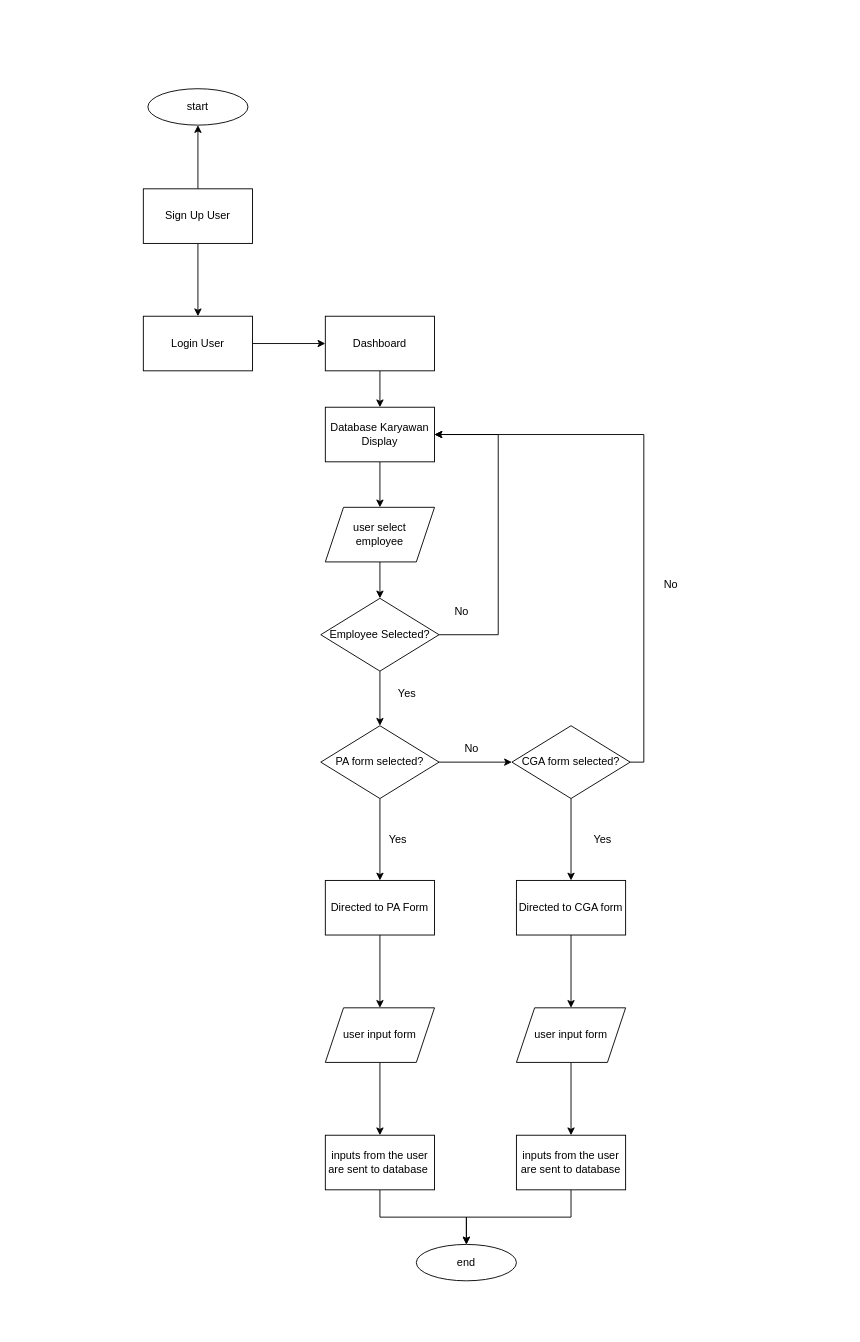
Earlier version of the draw.io diagram sistem-diagram.drawio (jezreelkosasih/diagram). Source tidied: cells renumbered, new cells numbered last; positions are measured from the earlier drawing's top-left corner, leaving out a move shared by most shapes. Both pictures are drawn from the tidied source at 91%, with x=0, y=0 at pixel (143, 88).
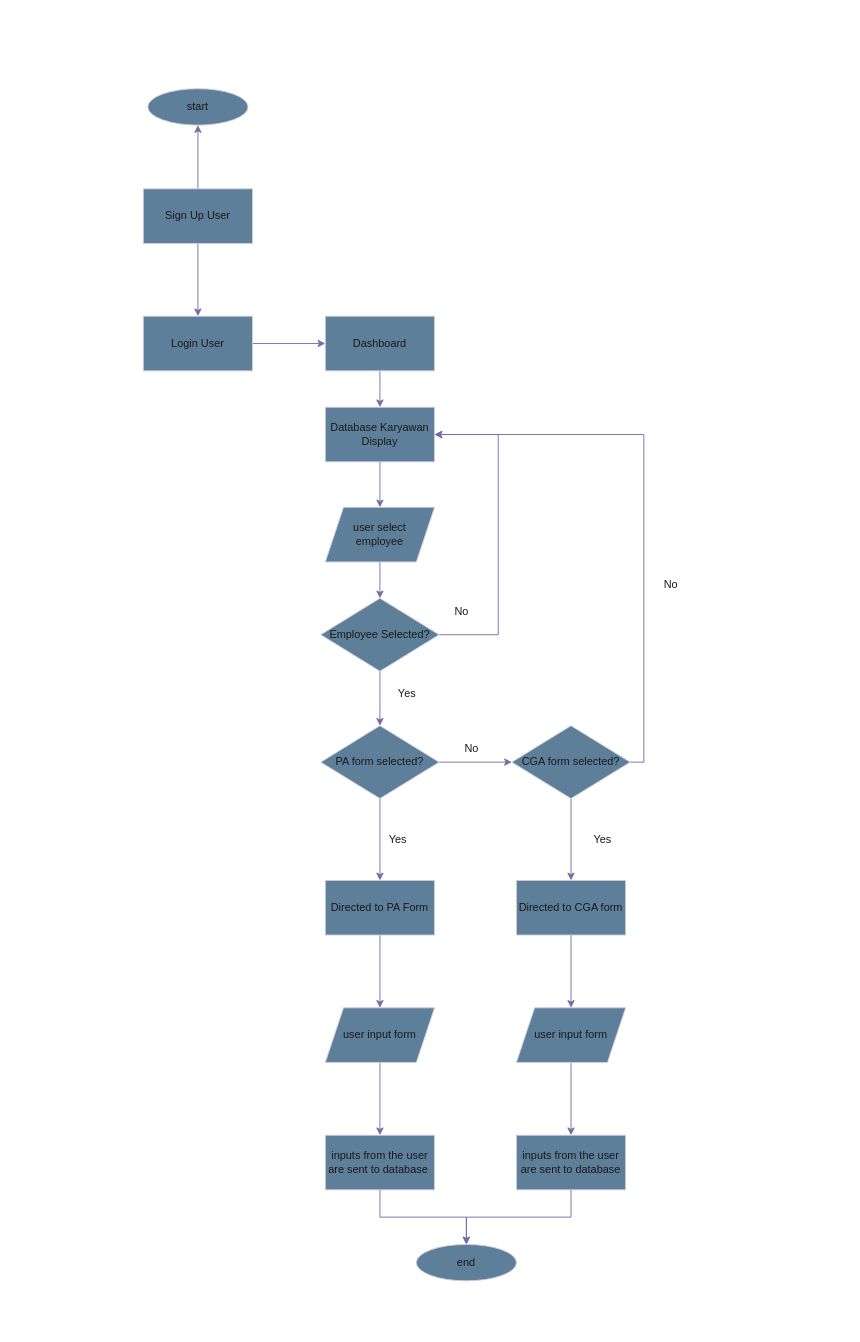
The same page after the edit.

The edit, as a diff of the source:
```diff
@@
-    <mxCell id="2" style="edgeStyle=orthogonalEdgeStyle;rounded=0;jettySize=auto;html=1;" parent="1" edge="1" source="4" target="6">
+    <mxCell id="2" style="edgeStyle=orthogonalEdgeStyle;rounded=0;jettySize=auto;html=1;labelBackgroundColor=none;strokeColor=#736CA8;fontColor=default;" parent="1" edge="1" source="4" target="6">
       <mxGeometry relative="1" as="geometry" />
     </mxCell>
-    <mxCell id="3" style="edgeStyle=orthogonalEdgeStyle;rounded=0;jettySize=auto;html=1;" parent="1" edge="1" source="4" target="32">
+    <mxCell id="3" style="edgeStyle=orthogonalEdgeStyle;rounded=0;jettySize=auto;html=1;labelBackgroundColor=none;strokeColor=#736CA8;fontColor=default;" parent="1" edge="1" source="4" target="32">
       <mxGeometry relative="1" as="geometry" />
     </mxCell>
-    <mxCell id="4" value="Sign Up User" style="rounded=0;whiteSpace=wrap;html=1;" parent="1" vertex="1">
+    <mxCell id="4" value="Sign Up User" style="rounded=0;whiteSpace=wrap;html=1;labelBackgroundColor=none;fillColor=#5D7F99;strokeColor=#D0CEE2;fontColor=#1A1A1A;" parent="1" vertex="1">
       <mxGeometry y="110" width="120" height="60" as="geometry" />
     </mxCell>
-    <mxCell id="5" style="edgeStyle=orthogonalEdgeStyle;rounded=0;jettySize=auto;html=1;" parent="1" edge="1" source="6" target="8">
+    <mxCell id="5" style="edgeStyle=orthogonalEdgeStyle;rounded=0;jettySize=auto;html=1;labelBackgroundColor=none;strokeColor=#736CA8;fontColor=default;" parent="1" edge="1" source="6" target="8">
       <mxGeometry relative="1" as="geometry" />
     </mxCell>
-    <mxCell id="6" value="Login User" style="rounded=0;whiteSpace=wrap;html=1;" parent="1" vertex="1">
+    <mxCell id="6" value="Login User" style="rounded=0;whiteSpace=wrap;html=1;labelBackgroundColor=none;fillColor=#5D7F99;strokeColor=#D0CEE2;fontColor=#1A1A1A;" parent="1" vertex="1">
       <mxGeometry y="250" width="120" height="60" as="geometry" />
     </mxCell>
-    <mxCell id="7" style="edgeStyle=orthogonalEdgeStyle;rounded=0;jettySize=auto;html=1;" parent="1" edge="1" source="8" target="10">
+    <mxCell id="7" style="edgeStyle=orthogonalEdgeStyle;rounded=0;jettySize=auto;html=1;labelBackgroundColor=none;strokeColor=#736CA8;fontColor=default;" parent="1" edge="1" source="8" target="10">
       <mxGeometry relative="1" as="geometry" />
     </mxCell>
-    <mxCell id="8" value="Dashboard" style="rounded=0;whiteSpace=wrap;html=1;" parent="1" vertex="1">
+    <mxCell id="8" value="Dashboard" style="rounded=0;whiteSpace=wrap;html=1;labelBackgroundColor=none;fillColor=#5D7F99;strokeColor=#D0CEE2;fontColor=#1A1A1A;" parent="1" vertex="1">
       <mxGeometry x="200" y="250" width="120" height="60" as="geometry" />
     </mxCell>
-    <mxCell id="9" style="edgeStyle=orthogonalEdgeStyle;rounded=0;jettySize=auto;html=1;" parent="1" edge="1" source="10" target="35">
+    <mxCell id="9" style="edgeStyle=orthogonalEdgeStyle;rounded=0;jettySize=auto;html=1;labelBackgroundColor=none;strokeColor=#736CA8;fontColor=default;" parent="1" edge="1" source="10" target="35">
       <mxGeometry relative="1" as="geometry" />
     </mxCell>
-    <mxCell id="10" value="Database Karyawan Display" style="rounded=0;whiteSpace=wrap;html=1;" parent="1" vertex="1">
+    <mxCell id="10" value="Database Karyawan Display" style="rounded=0;whiteSpace=wrap;html=1;labelBackgroundColor=none;fillColor=#5D7F99;strokeColor=#D0CEE2;fontColor=#1A1A1A;" parent="1" vertex="1">
       <mxGeometry x="200" y="350" width="120" height="60" as="geometry" />
     </mxCell>
-    <mxCell id="11" style="edgeStyle=orthogonalEdgeStyle;rounded=0;jettySize=auto;html=1;" parent="1" edge="1" source="13" target="16">
+    <mxCell id="11" style="edgeStyle=orthogonalEdgeStyle;rounded=0;jettySize=auto;html=1;labelBackgroundColor=none;strokeColor=#736CA8;fontColor=default;" parent="1" edge="1" source="13" target="16">
       <mxGeometry relative="1" as="geometry" />
     </mxCell>
-    <mxCell id="12" style="edgeStyle=orthogonalEdgeStyle;rounded=0;jettySize=auto;html=1;entryX=1;entryY=0.5;entryDx=0;entryDy=0;" parent="1" edge="1" source="13" target="10">
+    <mxCell id="12" style="edgeStyle=orthogonalEdgeStyle;rounded=0;jettySize=auto;html=1;entryX=1;entryY=0.5;entryDx=0;entryDy=0;labelBackgroundColor=none;strokeColor=#736CA8;fontColor=default;" parent="1" edge="1" source="13" target="10">
       <mxGeometry relative="1" as="geometry">
         <Array as="points">
           <mxPoint x="390" y="600" />
           <mxPoint x="390" y="380" />
         </Array>
       </mxGeometry>
     </mxCell>
-    <mxCell id="13" value="Employee Selected?" style="rhombus;whiteSpace=wrap;html=1;rounded=0;" parent="1" vertex="1">
+    <mxCell id="13" value="Employee Selected?" style="rhombus;whiteSpace=wrap;html=1;rounded=0;labelBackgroundColor=none;fillColor=#5D7F99;strokeColor=#D0CEE2;fontColor=#1A1A1A;" parent="1" vertex="1">
       <mxGeometry x="195" y="560" width="130" height="80" as="geometry" />
     </mxCell>
-    <mxCell id="14" style="edgeStyle=orthogonalEdgeStyle;rounded=0;jettySize=auto;html=1;" parent="1" edge="1" source="16" target="19">
+    <mxCell id="14" style="edgeStyle=orthogonalEdgeStyle;rounded=0;jettySize=auto;html=1;labelBackgroundColor=none;strokeColor=#736CA8;fontColor=default;" parent="1" edge="1" source="16" target="19">
       <mxGeometry relative="1" as="geometry" />
     </mxCell>
-    <mxCell id="15" style="edgeStyle=orthogonalEdgeStyle;rounded=0;jettySize=auto;html=1;" parent="1" edge="1" source="16" target="21">
+    <mxCell id="15" style="edgeStyle=orthogonalEdgeStyle;rounded=0;jettySize=auto;html=1;labelBackgroundColor=none;strokeColor=#736CA8;fontColor=default;" parent="1" edge="1" source="16" target="21">
       <mxGeometry relative="1" as="geometry" />
     </mxCell>
-    <mxCell id="16" value="PA form selected?" style="rhombus;whiteSpace=wrap;html=1;rounded=0;" parent="1" vertex="1">
+    <mxCell id="16" value="PA form selected?" style="rhombus;whiteSpace=wrap;html=1;rounded=0;labelBackgroundColor=none;fillColor=#5D7F99;strokeColor=#D0CEE2;fontColor=#1A1A1A;" parent="1" vertex="1">
       <mxGeometry x="195" y="700" width="130" height="80" as="geometry" />
     </mxCell>
-    <mxCell id="17" style="edgeStyle=orthogonalEdgeStyle;rounded=0;jettySize=auto;html=1;" parent="1" edge="1" source="19" target="23">
+    <mxCell id="17" style="edgeStyle=orthogonalEdgeStyle;rounded=0;jettySize=auto;html=1;labelBackgroundColor=none;strokeColor=#736CA8;fontColor=default;" parent="1" edge="1" source="19" target="23">
       <mxGeometry relative="1" as="geometry" />
     </mxCell>
-    <mxCell id="18" style="edgeStyle=orthogonalEdgeStyle;rounded=0;jettySize=auto;html=1;entryX=1;entryY=0.5;entryDx=0;entryDy=0;" parent="1" edge="1" source="19" target="10">
+    <mxCell id="18" style="edgeStyle=orthogonalEdgeStyle;rounded=0;jettySize=auto;html=1;entryX=1;entryY=0.5;entryDx=0;entryDy=0;labelBackgroundColor=none;strokeColor=#736CA8;fontColor=default;" parent="1" edge="1" source="19" target="10">
       <mxGeometry relative="1" as="geometry">
         <Array as="points">
           <mxPoint x="550" y="740" />
           <mxPoint x="550" y="380" />
         </Array>
       </mxGeometry>
     </mxCell>
-    <mxCell id="19" value="CGA form selected?" style="rhombus;whiteSpace=wrap;html=1;rounded=0;" parent="1" vertex="1">
+    <mxCell id="19" value="CGA form selected?" style="rhombus;whiteSpace=wrap;html=1;rounded=0;labelBackgroundColor=none;fillColor=#5D7F99;strokeColor=#D0CEE2;fontColor=#1A1A1A;" parent="1" vertex="1">
       <mxGeometry x="405" y="700" width="130" height="80" as="geometry" />
     </mxCell>
-    <mxCell id="20" style="edgeStyle=orthogonalEdgeStyle;rounded=0;jettySize=auto;html=1;" parent="1" edge="1" source="21" target="25">
+    <mxCell id="20" style="edgeStyle=orthogonalEdgeStyle;rounded=0;jettySize=auto;html=1;labelBackgroundColor=none;strokeColor=#736CA8;fontColor=default;" parent="1" edge="1" source="21" target="25">
       <mxGeometry relative="1" as="geometry" />
     </mxCell>
-    <mxCell id="21" value="Directed to PA Form" style="whiteSpace=wrap;html=1;rounded=0;" parent="1" vertex="1">
+    <mxCell id="21" value="Directed to PA Form" style="whiteSpace=wrap;html=1;rounded=0;labelBackgroundColor=none;fillColor=#5D7F99;strokeColor=#D0CEE2;fontColor=#1A1A1A;" parent="1" vertex="1">
       <mxGeometry x="200" y="870" width="120" height="60" as="geometry" />
     </mxCell>
-    <mxCell id="22" style="edgeStyle=orthogonalEdgeStyle;rounded=0;jettySize=auto;html=1;" parent="1" edge="1" source="23" target="27">
+    <mxCell id="22" style="edgeStyle=orthogonalEdgeStyle;rounded=0;jettySize=auto;html=1;labelBackgroundColor=none;strokeColor=#736CA8;fontColor=default;" parent="1" edge="1" source="23" target="27">
       <mxGeometry relative="1" as="geometry" />
     </mxCell>
-    <mxCell id="23" value="Directed to CGA form" style="whiteSpace=wrap;html=1;rounded=0;" parent="1" vertex="1">
+    <mxCell id="23" value="Directed to CGA form" style="whiteSpace=wrap;html=1;rounded=0;labelBackgroundColor=none;fillColor=#5D7F99;strokeColor=#D0CEE2;fontColor=#1A1A1A;" parent="1" vertex="1">
       <mxGeometry x="410" y="870" width="120" height="60" as="geometry" />
     </mxCell>
-    <mxCell id="24" style="edgeStyle=orthogonalEdgeStyle;rounded=0;jettySize=auto;html=1;" parent="1" edge="1" source="25" target="29">
+    <mxCell id="24" style="edgeStyle=orthogonalEdgeStyle;rounded=0;jettySize=auto;html=1;labelBackgroundColor=none;strokeColor=#736CA8;fontColor=default;" parent="1" edge="1" source="25" target="29">
       <mxGeometry relative="1" as="geometry" />
     </mxCell>
-    <mxCell id="25" value="user input form" style="shape=parallelogram;perimeter=parallelogramPerimeter;whiteSpace=wrap;html=1;fixedSize=1;rounded=0;" parent="1" vertex="1">
+    <mxCell id="25" value="user input form" style="shape=parallelogram;perimeter=parallelogramPerimeter;whiteSpace=wrap;html=1;fixedSize=1;rounded=0;labelBackgroundColor=none;fillColor=#5D7F99;strokeColor=#D0CEE2;fontColor=#1A1A1A;" parent="1" vertex="1">
       <mxGeometry x="200" y="1010" width="120" height="60" as="geometry" />
     </mxCell>
-    <mxCell id="26" style="edgeStyle=orthogonalEdgeStyle;rounded=0;jettySize=auto;html=1;" parent="1" edge="1" source="27" target="31">
+    <mxCell id="26" style="edgeStyle=orthogonalEdgeStyle;rounded=0;jettySize=auto;html=1;labelBackgroundColor=none;strokeColor=#736CA8;fontColor=default;" parent="1" edge="1" source="27" target="31">
       <mxGeometry relative="1" as="geometry" />
     </mxCell>
-    <mxCell id="27" value="user input form" style="shape=parallelogram;perimeter=parallelogramPerimeter;whiteSpace=wrap;html=1;fixedSize=1;rounded=0;" parent="1" vertex="1">
+    <mxCell id="27" value="user input form" style="shape=parallelogram;perimeter=parallelogramPerimeter;whiteSpace=wrap;html=1;fixedSize=1;rounded=0;labelBackgroundColor=none;fillColor=#5D7F99;strokeColor=#D0CEE2;fontColor=#1A1A1A;" parent="1" vertex="1">
       <mxGeometry x="410" y="1010" width="120" height="60" as="geometry" />
     </mxCell>
-    <mxCell id="28" style="edgeStyle=orthogonalEdgeStyle;rounded=0;jettySize=auto;html=1;" parent="1" edge="1" source="29" target="33">
+    <mxCell id="28" style="edgeStyle=orthogonalEdgeStyle;rounded=0;jettySize=auto;html=1;labelBackgroundColor=none;strokeColor=#736CA8;fontColor=default;" parent="1" edge="1" source="29" target="33">
       <mxGeometry relative="1" as="geometry" />
     </mxCell>
-    <mxCell id="29" value="inputs from the user are sent to database&amp;nbsp;" style="whiteSpace=wrap;html=1;rounded=0;" parent="1" vertex="1">
+    <mxCell id="29" value="inputs from the user are sent to database&amp;nbsp;" style="whiteSpace=wrap;html=1;rounded=0;labelBackgroundColor=none;fillColor=#5D7F99;strokeColor=#D0CEE2;fontColor=#1A1A1A;" parent="1" vertex="1">
       <mxGeometry x="200" y="1150" width="120" height="60" as="geometry" />
     </mxCell>
-    <mxCell id="30" style="edgeStyle=orthogonalEdgeStyle;rounded=0;jettySize=auto;html=1;entryX=0.5;entryY=0;entryDx=0;entryDy=0;" parent="1" edge="1" source="31" target="33">
+    <mxCell id="30" style="edgeStyle=orthogonalEdgeStyle;rounded=0;jettySize=auto;html=1;entryX=0.5;entryY=0;entryDx=0;entryDy=0;labelBackgroundColor=none;strokeColor=#736CA8;fontColor=default;" parent="1" edge="1" source="31" target="33">
       <mxGeometry relative="1" as="geometry" />
     </mxCell>
-    <mxCell id="31" value="inputs from the user are sent to database" style="whiteSpace=wrap;html=1;rounded=0;" parent="1" vertex="1">
+    <mxCell id="31" value="inputs from the user are sent to database" style="whiteSpace=wrap;html=1;rounded=0;labelBackgroundColor=none;fillColor=#5D7F99;strokeColor=#D0CEE2;fontColor=#1A1A1A;" parent="1" vertex="1">
       <mxGeometry x="410" y="1150" width="120" height="60" as="geometry" />
     </mxCell>
-    <mxCell id="32" value="start" style="ellipse;whiteSpace=wrap;html=1;rounded=0;" parent="1" vertex="1">
+    <mxCell id="32" value="start" style="ellipse;whiteSpace=wrap;html=1;rounded=0;labelBackgroundColor=none;fillColor=#5D7F99;strokeColor=#D0CEE2;fontColor=#1A1A1A;" parent="1" vertex="1">
       <mxGeometry x="5" width="110" height="40" as="geometry" />
     </mxCell>
-    <mxCell id="33" value="end" style="ellipse;whiteSpace=wrap;html=1;rounded=0;" parent="1" vertex="1">
+    <mxCell id="33" value="end" style="ellipse;whiteSpace=wrap;html=1;rounded=0;labelBackgroundColor=none;fillColor=#5D7F99;strokeColor=#D0CEE2;fontColor=#1A1A1A;" parent="1" vertex="1">
       <mxGeometry x="300" y="1270" width="110" height="40" as="geometry" />
     </mxCell>
-    <mxCell id="34" style="edgeStyle=orthogonalEdgeStyle;rounded=0;jettySize=auto;html=1;" parent="1" edge="1" source="35" target="13">
+    <mxCell id="34" style="edgeStyle=orthogonalEdgeStyle;rounded=0;jettySize=auto;html=1;labelBackgroundColor=none;strokeColor=#736CA8;fontColor=default;" parent="1" edge="1" source="35" target="13">
       <mxGeometry relative="1" as="geometry" />
     </mxCell>
-    <mxCell id="35" value="user select &lt;br&gt;employee" style="shape=parallelogram;perimeter=parallelogramPerimeter;whiteSpace=wrap;html=1;fixedSize=1;rounded=0;" parent="1" vertex="1">
+    <mxCell id="35" value="user select &lt;br&gt;employee" style="shape=parallelogram;perimeter=parallelogramPerimeter;whiteSpace=wrap;html=1;fixedSize=1;rounded=0;labelBackgroundColor=none;fillColor=#5D7F99;strokeColor=#D0CEE2;fontColor=#1A1A1A;" parent="1" vertex="1">
       <mxGeometry x="200" y="460" width="120" height="60" as="geometry" />
     </mxCell>
-    <mxCell id="36" value="No" style="text;html=1;strokeColor=none;fillColor=none;align=center;verticalAlign=middle;whiteSpace=wrap;rounded=0;" parent="1" vertex="1">
+    <mxCell id="36" value="No" style="text;html=1;strokeColor=none;fillColor=none;align=center;verticalAlign=middle;whiteSpace=wrap;rounded=0;labelBackgroundColor=none;fontColor=#1A1A1A;" parent="1" vertex="1">
       <mxGeometry x="320" y="560" width="60" height="30" as="geometry" />
     </mxCell>
-    <mxCell id="37" value="Yes" style="text;html=1;strokeColor=none;fillColor=none;align=center;verticalAlign=middle;whiteSpace=wrap;rounded=0;" parent="1" vertex="1">
+    <mxCell id="37" value="Yes" style="text;html=1;strokeColor=none;fillColor=none;align=center;verticalAlign=middle;whiteSpace=wrap;rounded=0;labelBackgroundColor=none;fontColor=#1A1A1A;" parent="1" vertex="1">
       <mxGeometry x="260" y="650" width="60" height="30" as="geometry" />
     </mxCell>
-    <mxCell id="38" value="Yes" style="text;html=1;strokeColor=none;fillColor=none;align=center;verticalAlign=middle;whiteSpace=wrap;rounded=0;" parent="1" vertex="1">
+    <mxCell id="38" value="Yes" style="text;html=1;strokeColor=none;fillColor=none;align=center;verticalAlign=middle;whiteSpace=wrap;rounded=0;labelBackgroundColor=none;fontColor=#1A1A1A;" parent="1" vertex="1">
       <mxGeometry x="250" y="810" width="60" height="30" as="geometry" />
     </mxCell>
-    <mxCell id="39" value="No" style="text;html=1;strokeColor=none;fillColor=none;align=center;verticalAlign=middle;whiteSpace=wrap;rounded=0;" parent="1" vertex="1">
+    <mxCell id="39" value="No" style="text;html=1;strokeColor=none;fillColor=none;align=center;verticalAlign=middle;whiteSpace=wrap;rounded=0;labelBackgroundColor=none;fontColor=#1A1A1A;" parent="1" vertex="1">
       <mxGeometry x="331" y="710" width="60" height="30" as="geometry" />
     </mxCell>
-    <mxCell id="40" value="Yes" style="text;html=1;strokeColor=none;fillColor=none;align=center;verticalAlign=middle;whiteSpace=wrap;rounded=0;" parent="1" vertex="1">
+    <mxCell id="40" value="Yes" style="text;html=1;strokeColor=none;fillColor=none;align=center;verticalAlign=middle;whiteSpace=wrap;rounded=0;labelBackgroundColor=none;fontColor=#1A1A1A;" parent="1" vertex="1">
       <mxGeometry x="475" y="810" width="60" height="30" as="geometry" />
     </mxCell>
-    <mxCell id="41" value="No" style="text;html=1;strokeColor=none;fillColor=none;align=center;verticalAlign=middle;whiteSpace=wrap;rounded=0;" parent="1" vertex="1">
+    <mxCell id="41" value="No" style="text;html=1;strokeColor=none;fillColor=none;align=center;verticalAlign=middle;whiteSpace=wrap;rounded=0;labelBackgroundColor=none;fontColor=#1A1A1A;" parent="1" vertex="1">
       <mxGeometry x="550" y="530" width="60" height="30" as="geometry" />
     </mxCell>
+    <mxCell id="42" style="rounded=0;whiteSpace=wrap;html=1;strokeColor=#FFFFFF;fontColor=#1A1A1A;fillColor=none;" parent="1" vertex="1">
+      <mxGeometry x="-140" y="-80" width="910" height="1440" as="geometry" />
+    </mxCell>
```
